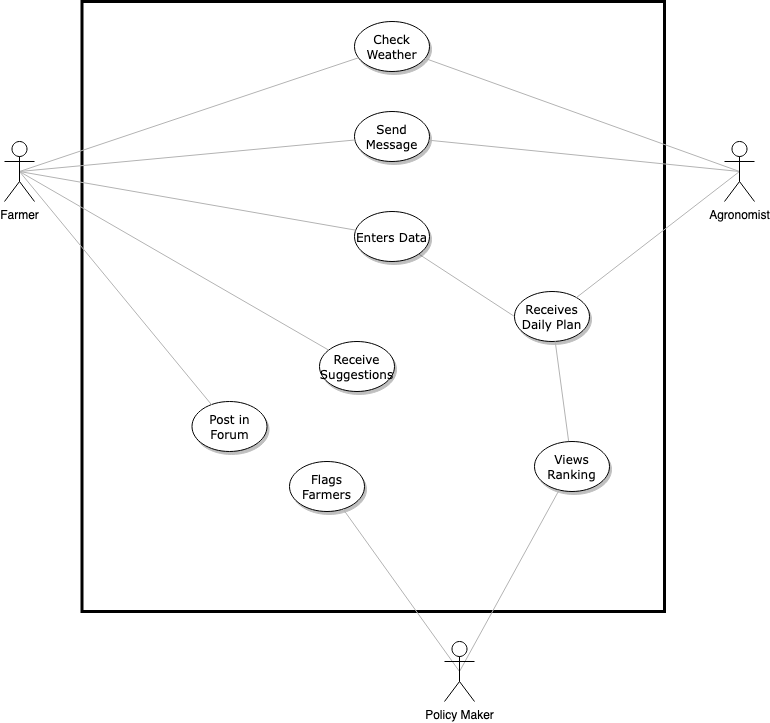
The draw.io diagram images_diagrams/usecasediagram.drawio.png in gabrielemarra/DREAM-ProjectDesign, before a commit. Source tidied: cells renumbered, new cells last; positions are measured from the earlier drawing's top-left corner, leaving out a move shared by most shapes.
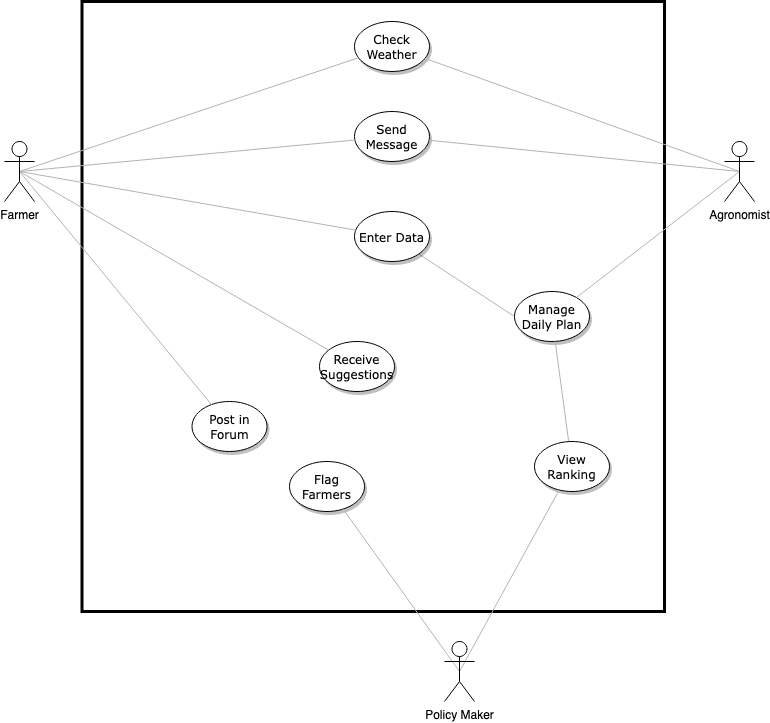
The same diagram one commit later.

Change to the diagram source:
```diff
@@ -11,22 +11,22 @@
     <mxCell id="4" style="edgeStyle=none;rounded=1;jettySize=auto;html=1;exitX=0;exitY=0.5;exitDx=0;exitDy=0;endArrow=none;endFill=0;strokeColor=#B3B3B3;" parent="1" edge="1" source="5" target="10">
       <mxGeometry relative="1" as="geometry" />
     </mxCell>
-    <mxCell id="5" value="Receives Daily Plan" style="ellipse;whiteSpace=wrap;html=1;rounded=0;shadow=1;comic=0;labelBackgroundColor=none;strokeWidth=1;fontFamily=Verdana;fontSize=12;align=center;" parent="1" vertex="1">
+    <mxCell id="5" value="Manage Daily Plan" style="ellipse;whiteSpace=wrap;html=1;rounded=0;shadow=1;comic=0;labelBackgroundColor=none;strokeWidth=1;fontFamily=Verdana;fontSize=12;align=center;" parent="1" vertex="1">
       <mxGeometry x="510" y="290" width="75" height="50" as="geometry" />
     </mxCell>
     <mxCell id="6" style="edgeStyle=none;rounded=1;html=1;labelBackgroundColor=none;startArrow=none;startFill=0;startSize=5;endArrow=none;endFill=0;endSize=5;jettySize=auto;strokeColor=#B3B3B3;strokeWidth=1;fontFamily=Verdana;fontSize=12;" parent="1" edge="1" source="5" target="7">
       <mxGeometry relative="1" as="geometry" />
     </mxCell>
-    <mxCell id="7" value="Views Ranking" style="ellipse;whiteSpace=wrap;html=1;rounded=0;shadow=1;comic=0;labelBackgroundColor=none;strokeWidth=1;fontFamily=Verdana;fontSize=12;align=center;" parent="1" vertex="1">
+    <mxCell id="7" value="View Ranking" style="ellipse;whiteSpace=wrap;html=1;rounded=0;shadow=1;comic=0;labelBackgroundColor=none;strokeWidth=1;fontFamily=Verdana;fontSize=12;align=center;" parent="1" vertex="1">
       <mxGeometry x="530" y="440" width="75" height="50" as="geometry" />
     </mxCell>
     <mxCell id="8" value="Send Message" style="ellipse;whiteSpace=wrap;html=1;rounded=0;shadow=1;comic=0;labelBackgroundColor=none;strokeWidth=1;fontFamily=Verdana;fontSize=12;align=center;" parent="1" vertex="1">
       <mxGeometry x="350" y="110" width="75" height="50" as="geometry" />
     </mxCell>
-    <mxCell id="9" value="Flags Farmers" style="ellipse;whiteSpace=wrap;html=1;rounded=0;shadow=1;comic=0;labelBackgroundColor=none;strokeWidth=1;fontFamily=Verdana;fontSize=12;align=center;" parent="1" vertex="1">
+    <mxCell id="9" value="Flag Farmers" style="ellipse;whiteSpace=wrap;html=1;rounded=0;shadow=1;comic=0;labelBackgroundColor=none;strokeWidth=1;fontFamily=Verdana;fontSize=12;align=center;" parent="1" vertex="1">
       <mxGeometry x="285" y="460" width="75" height="50" as="geometry" />
     </mxCell>
-    <mxCell id="10" value="Enters Data" style="ellipse;whiteSpace=wrap;html=1;rounded=0;shadow=1;comic=0;labelBackgroundColor=none;strokeWidth=1;fontFamily=Verdana;fontSize=12;align=center;" parent="1" vertex="1">
+    <mxCell id="10" value="Enter Data" style="ellipse;whiteSpace=wrap;html=1;rounded=0;shadow=1;comic=0;labelBackgroundColor=none;strokeWidth=1;fontFamily=Verdana;fontSize=12;align=center;" parent="1" vertex="1">
       <mxGeometry x="350" y="210" width="75" height="50" as="geometry" />
     </mxCell>
     <mxCell id="11" value="Receive Suggestions" style="ellipse;whiteSpace=wrap;html=1;rounded=0;shadow=1;comic=0;labelBackgroundColor=none;strokeWidth=1;fontFamily=Verdana;fontSize=12;align=center;" parent="1" vertex="1">
```
